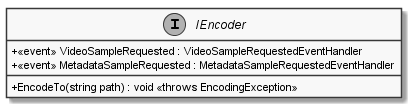
Above: documents/sd/resources/Classes/Core/MORR/Transcoding/IEncoder.png in insightmind/MORR (PlantUML), before the change. The source it was exported from:
```plantuml
@startuml
skinparam monochrome true
skinparam classAttributeIconSize 0

interface IEncoder {
    + EncodeTo(string path) : void <<throws EncodingException>>
    + <<event>> VideoSampleRequested : VideoSampleRequestedEventHandler
    + <<event>> MetadataSampleRequested : MetadataSampleRequestedEventHandler
}
@enduml
```
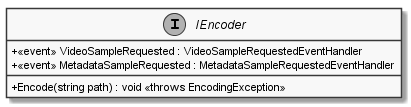
After the change.

Diff of the diagram source:
```diff
@@ -3,7 +3,7 @@
 skinparam classAttributeIconSize 0
 
 interface IEncoder {
-    + EncodeTo(string path) : void <<throws EncodingException>>
+    + Encode(string path) : void <<throws EncodingException>>
     + <<event>> VideoSampleRequested : VideoSampleRequestedEventHandler
     + <<event>> MetadataSampleRequested : MetadataSampleRequestedEventHandler
 }
```
